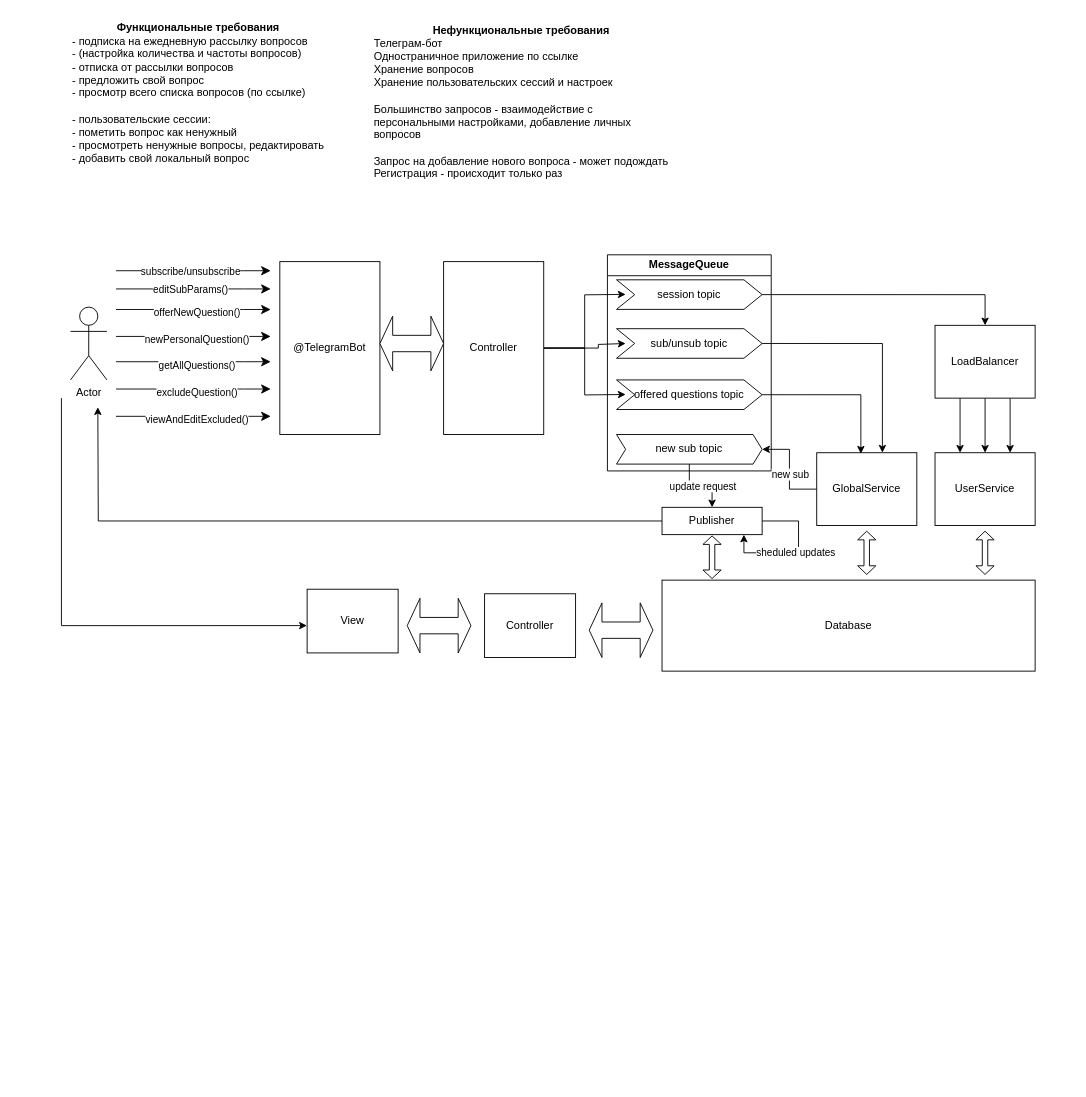
This is SobesCracker.drawio from maksarts/test-project-files, a draw.io file, before an edit. Source tidied: cells renumbered, new cells numbered last; positions are measured from the earlier drawing's top-left corner, leaving out a move shared by most shapes. Both pictures are drawn from the tidied source at 91%, with x=0, y=0 at pixel (61, 15).
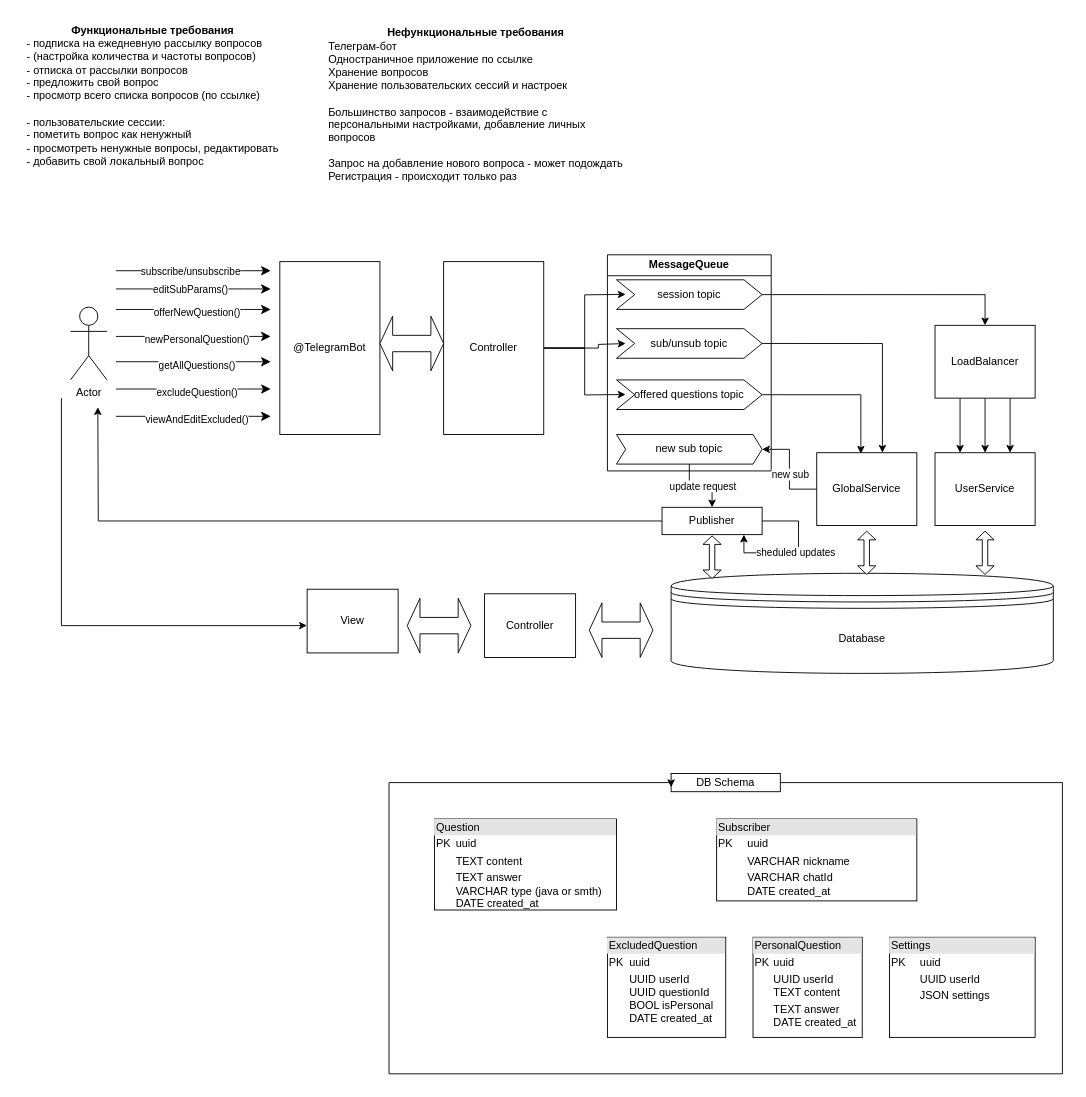
Above is the later version.

Diff of the diagram source:
```diff
@@
+    <mxCell id="24" value="Database" style="shape=datastore;whiteSpace=wrap;html=1;" parent="1" vertex="1">
+      <mxGeometry x="670" y="612.5" width="420" height="110" as="geometry" />
+    </mxCell>
     <mxCell id="2" value="&lt;b&gt;Функциональные требования&lt;/b&gt;&lt;div style=&quot;text-align: left;&quot;&gt;- подписка на ежедневную рассылку вопросов&lt;/div&gt;&lt;div style=&quot;text-align: left;&quot;&gt;- (настройка количества и частоты вопросов)&lt;/div&gt;&lt;div style=&quot;text-align: left;&quot;&gt;- отписка от рассылки вопросов&lt;/div&gt;&lt;div style=&quot;text-align: left;&quot;&gt;- предложить свой вопрос&lt;/div&gt;&lt;div style=&quot;text-align: left;&quot;&gt;- просмотр всего списка вопросов (по ссылке)&lt;/div&gt;&lt;div style=&quot;text-align: left;&quot;&gt;&lt;br&gt;&lt;/div&gt;&lt;div style=&quot;text-align: left;&quot;&gt;- пользовательские сессии:&lt;/div&gt;&lt;div style=&quot;text-align: left;&quot;&gt;- пометить вопрос как ненужный&lt;/div&gt;&lt;div style=&quot;text-align: left;&quot;&gt;- просмотреть ненужные вопросы, редактировать&lt;/div&gt;&lt;div style=&quot;text-align: left;&quot;&gt;- добавить свой локальный вопрос&lt;/div&gt;" style="text;html=1;align=center;verticalAlign=middle;strokeColor=none;fillColor=none;" parent="1" vertex="1">
-      <mxGeometry width="300" height="170" as="geometry" />
+      <mxGeometry x="-50" y="2.5" width="300" height="170" as="geometry" />
     </mxCell>
     <mxCell id="3" value="&lt;b&gt;Нефункциональные требования&lt;/b&gt;&lt;div style=&quot;text-align: left;&quot;&gt;Телеграм-бот&lt;/div&gt;&lt;div style=&quot;text-align: left;&quot;&gt;Одностраничное приложение по ссылке&lt;/div&gt;&lt;div style=&quot;text-align: left;&quot;&gt;Хранение вопросов&lt;/div&gt;&lt;div style=&quot;text-align: left;&quot;&gt;Хранение пользовательских сессий и настроек&lt;/div&gt;&lt;div style=&quot;text-align: left;&quot;&gt;&lt;br&gt;&lt;/div&gt;&lt;div style=&quot;text-align: left;&quot;&gt;Большинство запросов - взаимодействие с&lt;/div&gt;&lt;div style=&quot;text-align: left;&quot;&gt;персональными настройками, добавление личных&lt;/div&gt;&lt;div style=&quot;text-align: left;&quot;&gt;вопросов&lt;/div&gt;&lt;div style=&quot;text-align: left;&quot;&gt;&lt;br&gt;&lt;/div&gt;&lt;div style=&quot;text-align: left;&quot;&gt;Запрос на добавление нового вопроса - может подождать&lt;/div&gt;&lt;div style=&quot;text-align: left;&quot;&gt;Регистрация - происходит только раз&lt;/div&gt;" style="text;html=1;align=center;verticalAlign=middle;strokeColor=none;fillColor=none;" parent="1" vertex="1">
-      <mxGeometry x="330" width="350" height="190" as="geometry" />
+      <mxGeometry x="280" y="2.5" width="350" height="190" as="geometry" />
     </mxCell>
@@
-    <mxCell id="24" value="Database" style="html=1;whiteSpace=wrap;" parent="1" vertex="1">
-      <mxGeometry x="660" y="620" width="410" height="100" as="geometry" />
-    </mxCell>
@@
+    <mxCell id="55" value="&lt;div style=&quot;box-sizing:border-box;width:100%;background:#e4e4e4;padding:2px;&quot;&gt;Question&lt;/div&gt;&lt;table style=&quot;width:100%;font-size:1em;&quot; cellpadding=&quot;2&quot; cellspacing=&quot;0&quot;&gt;&lt;tbody&gt;&lt;tr&gt;&lt;td&gt;PK&lt;/td&gt;&lt;td&gt;uuid&lt;/td&gt;&lt;/tr&gt;&lt;tr&gt;&lt;td&gt;&lt;br&gt;&lt;/td&gt;&lt;td&gt;TEXT content&lt;/td&gt;&lt;/tr&gt;&lt;tr&gt;&lt;td&gt;&lt;/td&gt;&lt;td&gt;TEXT answer&lt;br&gt;VARCHAR type (java or smth)&lt;br&gt;DATE created_at&lt;br&gt;&lt;/td&gt;&lt;/tr&gt;&lt;/tbody&gt;&lt;/table&gt;" style="verticalAlign=top;align=left;overflow=fill;html=1;whiteSpace=wrap;" parent="1" vertex="1">
+      <mxGeometry x="410" y="882.5" width="200" height="100" as="geometry" />
+    </mxCell>
+    <mxCell id="56" value="&lt;div style=&quot;box-sizing:border-box;width:100%;background:#e4e4e4;padding:2px;&quot;&gt;Subscriber&lt;/div&gt;&lt;table style=&quot;width:100%;font-size:1em;&quot; cellpadding=&quot;2&quot; cellspacing=&quot;0&quot;&gt;&lt;tbody&gt;&lt;tr&gt;&lt;td&gt;PK&lt;/td&gt;&lt;td&gt;uuid&lt;/td&gt;&lt;/tr&gt;&lt;tr&gt;&lt;td&gt;&lt;br&gt;&lt;/td&gt;&lt;td&gt;VARCHAR nickname&lt;/td&gt;&lt;/tr&gt;&lt;tr&gt;&lt;td&gt;&lt;/td&gt;&lt;td&gt;VARCHAR chatId&lt;br&gt;DATE created_at&lt;/td&gt;&lt;/tr&gt;&lt;/tbody&gt;&lt;/table&gt;" style="verticalAlign=top;align=left;overflow=fill;html=1;whiteSpace=wrap;" parent="1" vertex="1">
+      <mxGeometry x="720" y="882.5" width="220" height="90" as="geometry" />
+    </mxCell>
+    <mxCell id="57" value="&lt;div style=&quot;box-sizing:border-box;width:100%;background:#e4e4e4;padding:2px;&quot;&gt;Settings&lt;/div&gt;&lt;table style=&quot;width:100%;font-size:1em;&quot; cellpadding=&quot;2&quot; cellspacing=&quot;0&quot;&gt;&lt;tbody&gt;&lt;tr&gt;&lt;td&gt;PK&lt;/td&gt;&lt;td&gt;uuid&lt;/td&gt;&lt;/tr&gt;&lt;tr&gt;&lt;td&gt;&lt;br&gt;&lt;/td&gt;&lt;td&gt;UUID userId&lt;/td&gt;&lt;/tr&gt;&lt;tr&gt;&lt;td&gt;&lt;br&gt;&lt;/td&gt;&lt;td&gt;JSON settings&lt;/td&gt;&lt;/tr&gt;&lt;/tbody&gt;&lt;/table&gt;" style="verticalAlign=top;align=left;overflow=fill;html=1;whiteSpace=wrap;" parent="1" vertex="1">
+      <mxGeometry x="910" y="1012.5" width="160" height="110" as="geometry" />
+    </mxCell>
+    <mxCell id="58" value="&lt;div style=&quot;box-sizing:border-box;width:100%;background:#e4e4e4;padding:2px;&quot;&gt;PersonalQuestion&lt;/div&gt;&lt;table style=&quot;width:100%;font-size:1em;&quot; cellpadding=&quot;2&quot; cellspacing=&quot;0&quot;&gt;&lt;tbody&gt;&lt;tr&gt;&lt;td&gt;PK&lt;/td&gt;&lt;td&gt;uuid&lt;/td&gt;&lt;/tr&gt;&lt;tr&gt;&lt;td&gt;&lt;br&gt;&lt;/td&gt;&lt;td&gt;UUID userId&lt;br&gt;TEXT content&lt;/td&gt;&lt;/tr&gt;&lt;tr&gt;&lt;td&gt;&lt;/td&gt;&lt;td&gt;TEXT answer&lt;br&gt;DATE created_at&lt;br&gt;&lt;/td&gt;&lt;/tr&gt;&lt;/tbody&gt;&lt;/table&gt;" style="verticalAlign=top;align=left;overflow=fill;html=1;whiteSpace=wrap;" parent="1" vertex="1">
+      <mxGeometry x="760" y="1012.5" width="120" height="110" as="geometry" />
+    </mxCell>
+    <mxCell id="59" value="&lt;div style=&quot;box-sizing:border-box;width:100%;background:#e4e4e4;padding:2px;&quot;&gt;ExcludedQuestion&lt;/div&gt;&lt;table style=&quot;width:100%;font-size:1em;&quot; cellpadding=&quot;2&quot; cellspacing=&quot;0&quot;&gt;&lt;tbody&gt;&lt;tr&gt;&lt;td&gt;PK&lt;/td&gt;&lt;td&gt;uuid&lt;/td&gt;&lt;/tr&gt;&lt;tr&gt;&lt;td&gt;&lt;br&gt;&lt;/td&gt;&lt;td&gt;UUID userId&lt;br&gt;UUID questionId&lt;br&gt;BOOL isPersonal&lt;br&gt;DATE created_at&lt;br&gt;&lt;/td&gt;&lt;/tr&gt;&lt;/tbody&gt;&lt;/table&gt;" style="verticalAlign=top;align=left;overflow=fill;html=1;whiteSpace=wrap;" parent="1" vertex="1">
+      <mxGeometry x="600" y="1012.5" width="130" height="110" as="geometry" />
+    </mxCell>
+    <mxCell id="60" value="DB Schema" style="whiteSpace=wrap;html=1;" parent="1" vertex="1">
+      <mxGeometry x="670" y="832.5" width="120" height="20" as="geometry" />
+    </mxCell>
+    <mxCell id="61" style="edgeStyle=orthogonalEdgeStyle;rounded=0;orthogonalLoop=1;jettySize=auto;html=1;entryX=0;entryY=0.75;entryDx=0;entryDy=0;" parent="1" edge="1" source="60" target="60">
+      <mxGeometry relative="1" as="geometry">
+        <Array as="points">
+          <mxPoint x="1100" y="842.5" />
+          <mxPoint x="1100" y="1162.5" />
+          <mxPoint x="360" y="1162.5" />
+          <mxPoint x="360" y="842.5" />
+          <mxPoint x="670" y="842.5" />
+        </Array>
+      </mxGeometry>
+    </mxCell>
```
